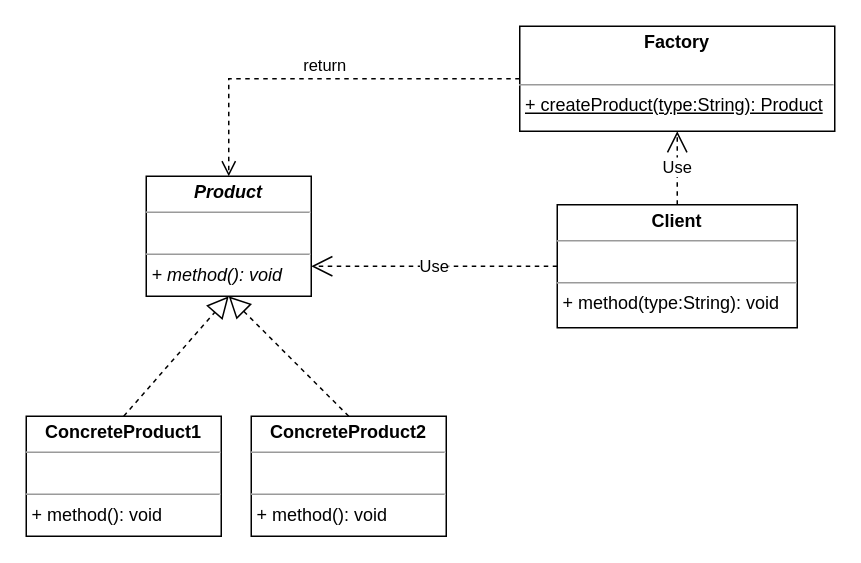
This is src/main/java/others/simplefactory/imgs/SimpleFactory.drawio from NinaWan/DesignPattern, a draw.io file, before an edit. Source tidied: cells renumbered, new cells numbered last; positions are measured from the earlier drawing's top-left corner, leaving out a move shared by most shapes. Both pictures are drawn from the tidied source at 150%, with x=0, y=0 at pixel (26, 26).
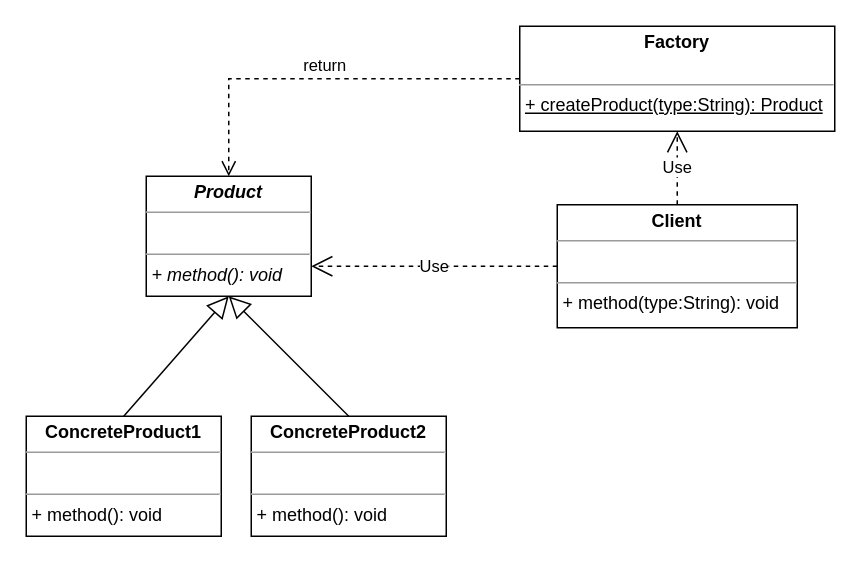
After the change.

Diff of the diagram source:
```diff
@@
 <mxGraphModel>
   <root>
     <mxCell id="0" />
     <mxCell id="1" parent="0" />
     <mxCell id="2" value="&lt;p style=&quot;margin:0px;margin-top:4px;text-align:center;&quot;&gt;&lt;b&gt;&lt;i&gt;Product&lt;/i&gt;&lt;/b&gt;&lt;/p&gt;&lt;hr size=&quot;1&quot;&gt;&lt;p style=&quot;margin:0px;margin-left:4px;&quot;&gt;&lt;i&gt;&lt;br&gt;&lt;/i&gt;&lt;/p&gt;&lt;hr size=&quot;1&quot;&gt;&lt;p style=&quot;margin:0px;margin-left:4px;&quot;&gt;&lt;i&gt;+ method(): void&lt;/i&gt;&lt;/p&gt;" style="verticalAlign=top;align=left;overflow=fill;fontSize=12;fontFamily=Helvetica;html=1;" parent="1" vertex="1">
       <mxGeometry x="80" y="100" width="110" height="80" as="geometry" />
     </mxCell>
     <mxCell id="3" value="&lt;p style=&quot;margin:0px;margin-top:4px;text-align:center;&quot;&gt;&lt;b&gt;ConcreteProduct1&lt;/b&gt;&lt;/p&gt;&lt;hr size=&quot;1&quot;&gt;&lt;p style=&quot;margin:0px;margin-left:4px;&quot;&gt;&lt;br&gt;&lt;/p&gt;&lt;hr size=&quot;1&quot;&gt;&lt;p style=&quot;margin:0px;margin-left:4px;&quot;&gt;+ method(): void&lt;/p&gt;" style="verticalAlign=top;align=left;overflow=fill;fontSize=12;fontFamily=Helvetica;html=1;" parent="1" vertex="1">
       <mxGeometry y="260" width="130" height="80" as="geometry" />
     </mxCell>
     <mxCell id="4" value="&lt;p style=&quot;margin:0px;margin-top:4px;text-align:center;&quot;&gt;&lt;b&gt;ConcreteProduct2&lt;/b&gt;&lt;/p&gt;&lt;hr size=&quot;1&quot;&gt;&lt;p style=&quot;margin:0px;margin-left:4px;&quot;&gt;&lt;br&gt;&lt;/p&gt;&lt;hr size=&quot;1&quot;&gt;&lt;p style=&quot;margin:0px;margin-left:4px;&quot;&gt;+ method(): void&lt;br&gt;&lt;/p&gt;" style="verticalAlign=top;align=left;overflow=fill;fontSize=12;fontFamily=Helvetica;html=1;" parent="1" vertex="1">
       <mxGeometry x="150" y="260" width="130" height="80" as="geometry" />
     </mxCell>
-    <mxCell id="5" style="endArrow=block;dashed=1;endFill=0;endSize=12;html=1;rounded=0;exitX=0.5;exitY=0;exitDx=0;exitDy=0;entryX=0.5;entryY=1;entryDx=0;entryDy=0;" parent="1" edge="1" source="3" target="2">
+    <mxCell id="5" style="endArrow=block;endFill=0;endSize=12;html=1;rounded=0;exitX=0.5;exitY=0;exitDx=0;exitDy=0;entryX=0.5;entryY=1;entryDx=0;entryDy=0;" parent="1" edge="1" source="3" target="2">
       <mxGeometry relative="1" as="geometry" />
     </mxCell>
-    <mxCell id="6" style="endArrow=block;dashed=1;endFill=0;endSize=12;html=1;rounded=0;exitX=0.5;exitY=0;exitDx=0;exitDy=0;entryX=0.5;entryY=1;entryDx=0;entryDy=0;" parent="1" edge="1" source="4" target="2">
+    <mxCell id="6" style="endArrow=block;endFill=0;endSize=12;html=1;rounded=0;exitX=0.5;exitY=0;exitDx=0;exitDy=0;entryX=0.5;entryY=1;entryDx=0;entryDy=0;" parent="1" edge="1" source="4" target="2">
       <mxGeometry relative="1" as="geometry" />
     </mxCell>
     <mxCell id="7" value="&lt;p style=&quot;margin:0px;margin-top:4px;text-align:center;&quot;&gt;&lt;b&gt;Factory&lt;/b&gt;&lt;/p&gt;&lt;p style=&quot;margin:0px;margin-left:4px;&quot;&gt;&lt;br&gt;&lt;/p&gt;&lt;hr size=&quot;1&quot;&gt;&lt;p style=&quot;margin:0px;margin-left:4px;&quot;&gt;&lt;u&gt;+ createProduct(type:String): Product&lt;/u&gt;&lt;/p&gt;" style="verticalAlign=top;align=left;overflow=fill;fontSize=12;fontFamily=Helvetica;html=1;" parent="1" vertex="1">
       <mxGeometry x="329" width="210" height="70" as="geometry" />
     </mxCell>
     <mxCell id="8" value="return" style="html=1;verticalAlign=bottom;endArrow=open;dashed=1;endSize=8;rounded=0;exitX=0;exitY=0.5;exitDx=0;exitDy=0;entryX=0.5;entryY=0;entryDx=0;entryDy=0;edgeStyle=orthogonalEdgeStyle;" parent="1" edge="1" source="7" target="2">
       <mxGeometry relative="1" as="geometry" />
     </mxCell>
     <mxCell id="9" value="&lt;p style=&quot;margin:0px;margin-top:4px;text-align:center;&quot;&gt;&lt;b&gt;Client&lt;/b&gt;&lt;/p&gt;&lt;hr size=&quot;1&quot;&gt;&lt;p style=&quot;margin:0px;margin-left:4px;&quot;&gt;&lt;br&gt;&lt;/p&gt;&lt;hr size=&quot;1&quot;&gt;&lt;p style=&quot;margin:0px;margin-left:4px;&quot;&gt;&lt;span style=&quot;background-color: initial;&quot;&gt;+ method(type:String): void&lt;/span&gt;&lt;br&gt;&lt;/p&gt;" style="verticalAlign=top;align=left;overflow=fill;fontSize=12;fontFamily=Helvetica;html=1;" parent="1" vertex="1">
       <mxGeometry x="354" y="119" width="160" height="82" as="geometry" />
     </mxCell>
     <mxCell id="10" value="Use" style="endArrow=open;endSize=12;dashed=1;html=1;rounded=0;exitX=0;exitY=0.5;exitDx=0;exitDy=0;entryX=1;entryY=0.75;entryDx=0;entryDy=0;" parent="1" edge="1" source="9" target="2">
       <mxGeometry relative="1" as="geometry" />
     </mxCell>
     <mxCell id="11" value="Use" style="endArrow=open;endSize=12;dashed=1;html=1;rounded=0;exitX=0.5;exitY=0;exitDx=0;exitDy=0;entryX=0.5;entryY=1;entryDx=0;entryDy=0;" parent="1" edge="1" source="9" target="7">
       <mxGeometry relative="1" as="geometry" />
     </mxCell>
   </root>
 </mxGraphModel>
```
